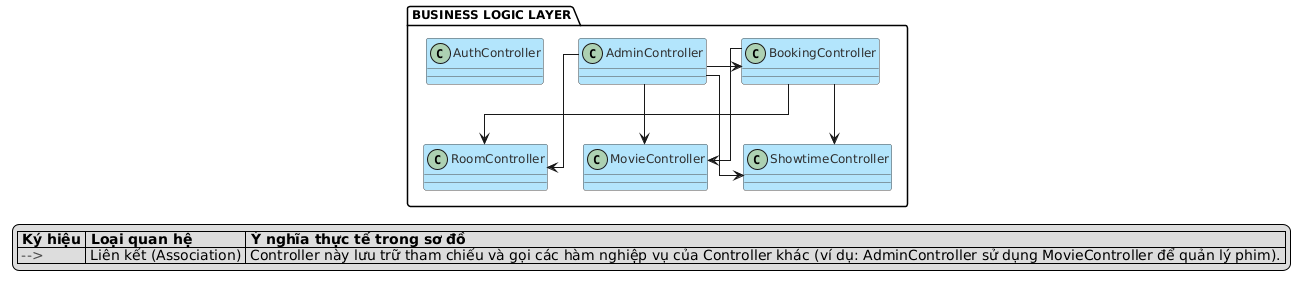
This is Class Diagram/UML Tầng 2.png from ngha1610/MI3060-Movie-Ticket-Booking-System, a PlantUML export, as it was before one commit.
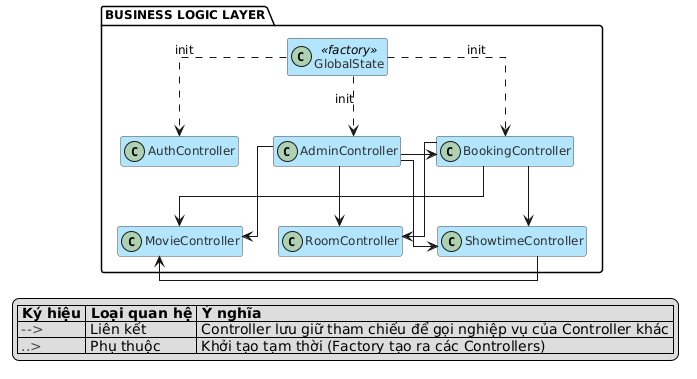
The same file after the commit.

What changed in the source:
```diff
@@ -7,32 +7,43 @@
 skinparam ClassBorderColor #4A4A4A
 skinparam ClassFontColor #2D2D2D
 skinparam ClassHeaderBackgroundColor transparent
-
+hide empty members
 
 package "BUSINESS LOGIC LAYER" #FFFFFF {
+    class GlobalState <<factory>> #B3E5FC
     class AuthController #B3E5FC
     class AdminController #B3E5FC
     class BookingController #B3E5FC
+    class ShowtimeController #B3E5FC
     class MovieController #B3E5FC
-    class ShowtimeController #B3E5FC
     class RoomController #B3E5FC
 
+    GlobalState -[hidden]down- AdminController
+    AdminController -[hidden]right- BookingController
     AuthController -[hidden]right- AdminController
-    AdminController -[hidden]right- BookingController
 
+    ShowtimeController -[hidden]right- MovieController
+    MovieController -[hidden]right- RoomController
+
+    GlobalState ..> AuthController : "init"
+    GlobalState ..> AdminController : "init"
+    GlobalState ..> BookingController : "init"
 
     AdminController -down-> MovieController
     AdminController -down-> ShowtimeController
     AdminController -down-> RoomController
-    AdminController -down-> BookingController
+    AdminController -right-> BookingController
 
     BookingController -down-> ShowtimeController
     BookingController -down-> MovieController
     BookingController -down-> RoomController
+
+    ShowtimeController -right-> MovieController
 }
 
 legend bottom
-|= Ký hiệu |= Loại quan hệ |= Ý nghĩa thực tế trong sơ đồ |
-| <font color=#4A4A4A>--></font> | Liên kết (Association) | Controller này lưu trữ tham chiếu và gọi các hàm nghiệp vụ của Controller khác (ví dụ: AdminController sử dụng MovieController để quản lý phim). |
+|= Ký hiệu |= Loại quan hệ |= Ý nghĩa |
+| <font color=#4A4A4A>--></font> | Liên kết | Controller lưu giữ tham chiếu để gọi nghiệp vụ của Controller khác |
+| <font color=#4A4A4A>..></font> | Phụ thuộc | Khởi tạo tạm thời (Factory tạo ra các Controllers) |
 endlegend
 @enduml
```
